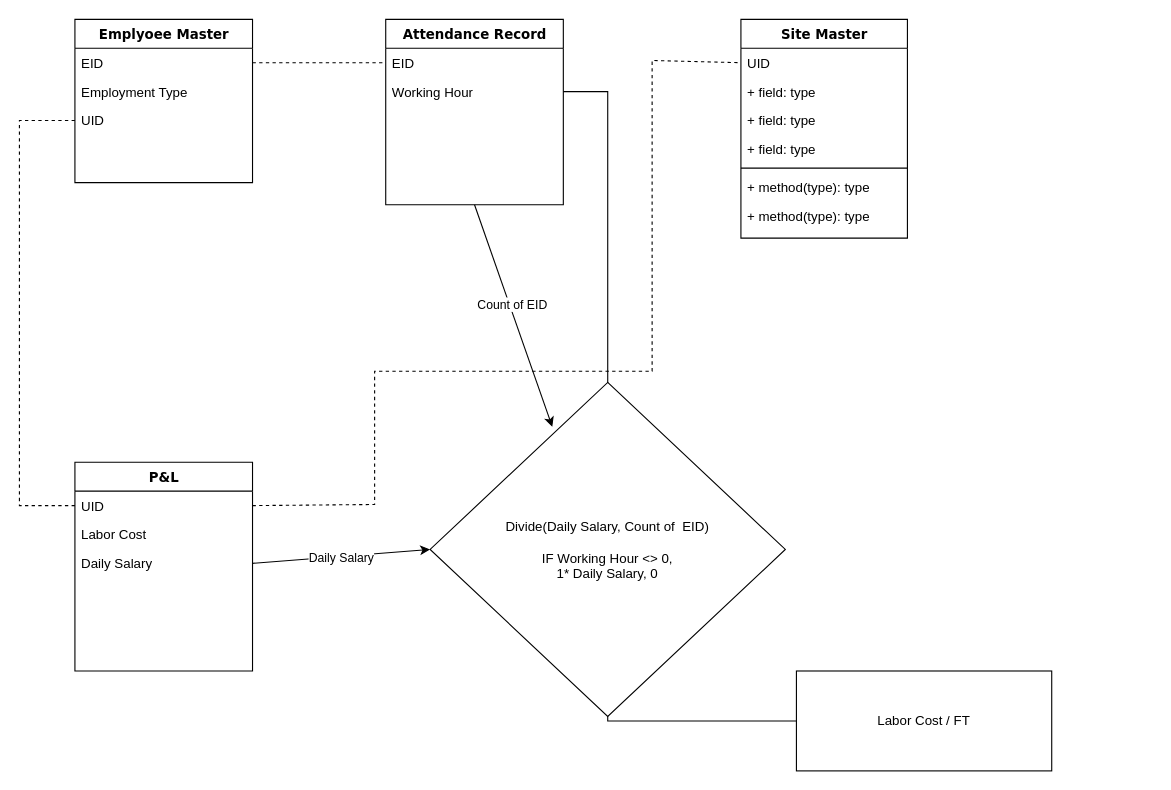
This is Untitled Diagram.drawio from lolanto-ds/littletoolpg, a draw.io file, before an edit. Source tidied: cells renumbered, new cells numbered last; positions are measured from the earlier drawing's top-left corner, leaving out a move shared by most shapes. Both pictures are drawn from the tidied source at 111%, with x=0, y=0 at pixel (19, 19).
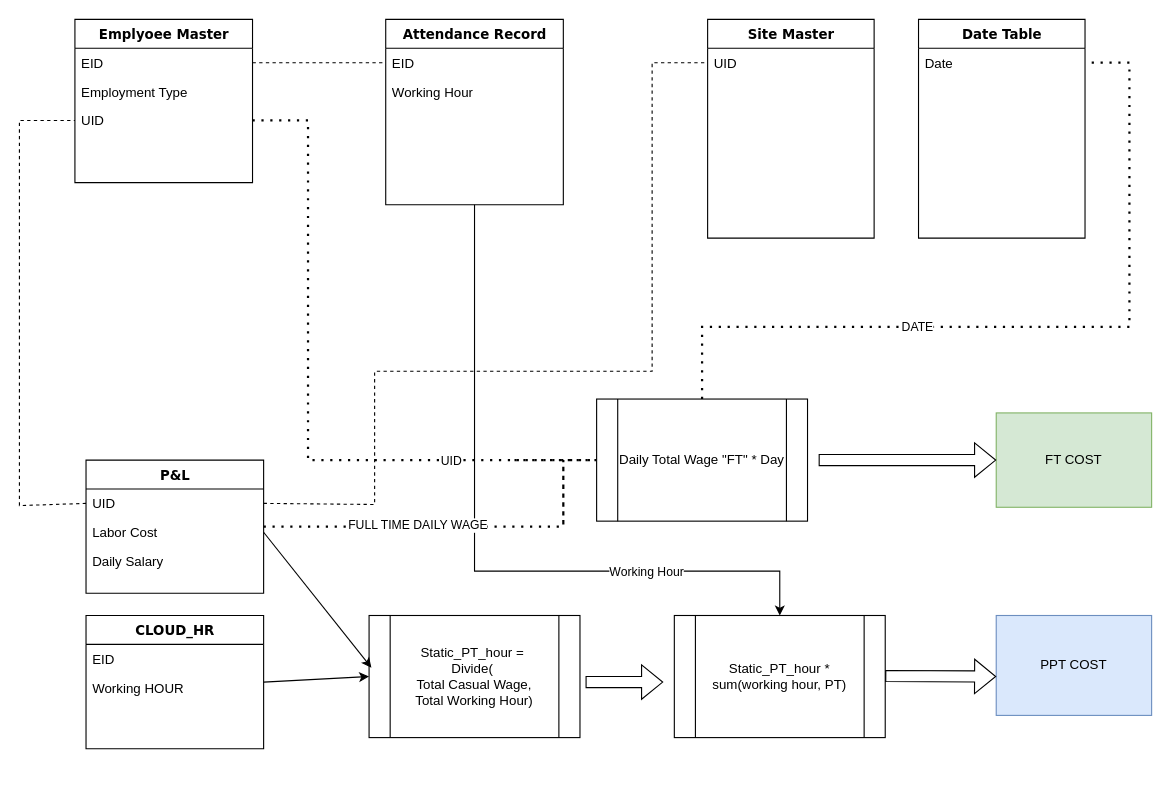
After the change.

Unchanged cells that the change refers to:
```xml
<mxCell id="5" value="UID" style="text;html=1;strokeColor=none;fillColor=none;align=left;verticalAlign=top;spacingLeft=4;spacingRight=4;whiteSpace=wrap;overflow=hidden;points=[[0,0.5],[1,0.5]];portConstraint=eastwest;" parent="2" vertex="1">
  <mxGeometry y="78" width="160" height="26" as="geometry" />
</mxCell>
<mxCell id="6" value="Attendance Record" style="swimlane;html=1;fontStyle=1;align=center;verticalAlign=top;horizontal=1;startSize=26;swimlaneFillColor=#ffffff;rounded=0;shadow=0;comic=0;labelBackgroundColor=none;strokeWidth=1;fillColor=none;fontFamily=Verdana;fontSize=12;" parent="1" vertex="1">
  <mxGeometry x="330" width="160" height="167" as="geometry" />
</mxCell>
<mxCell id="8" value="Working Hour" style="text;html=1;strokeColor=none;fillColor=none;align=left;verticalAlign=top;spacingLeft=4;spacingRight=4;whiteSpace=wrap;overflow=hidden;points=[[0,0.5],[1,0.5]];portConstraint=eastwest;" parent="6" vertex="1">
  <mxGeometry y="52" width="160" height="26" as="geometry" />
</mxCell>
<mxCell id="10" value="UID&lt;div&gt;&lt;br&gt;&lt;/div&gt;" style="text;html=1;strokeColor=none;fillColor=none;align=left;verticalAlign=top;spacingLeft=4;spacingRight=4;whiteSpace=wrap;overflow=hidden;points=[[0,0.5],[1,0.5]];portConstraint=eastwest;" parent="9" vertex="1">
  <mxGeometry y="26" width="150" height="26" as="geometry" />
</mxCell>
<mxCell id="18" value="UID" style="text;html=1;strokeColor=none;fillColor=none;align=left;verticalAlign=top;spacingLeft=4;spacingRight=4;whiteSpace=wrap;overflow=hidden;points=[[0,0.5],[1,0.5]];portConstraint=eastwest;" parent="17" vertex="1">
  <mxGeometry y="26" width="160" height="26" as="geometry" />
</mxCell>
<mxCell id="19" value="Labor Cost" style="text;html=1;strokeColor=none;fillColor=none;align=left;verticalAlign=top;spacingLeft=4;spacingRight=4;whiteSpace=wrap;overflow=hidden;points=[[0,0.5],[1,0.5]];portConstraint=eastwest;" parent="17" vertex="1">
  <mxGeometry y="52" width="160" height="26" as="geometry" />
</mxCell>
<mxCell id="20" value="Daily Salary" style="text;html=1;strokeColor=none;fillColor=none;align=left;verticalAlign=top;spacingLeft=4;spacingRight=4;whiteSpace=wrap;overflow=hidden;points=[[0,0.5],[1,0.5]];portConstraint=eastwest;" parent="17" vertex="1">
  <mxGeometry y="78" width="160" height="26" as="geometry" />
</mxCell>
```

Diff of the diagram source:
```diff
@@
     <mxCell id="9" value="Site Master" style="swimlane;html=1;fontStyle=1;align=center;verticalAlign=top;horizontal=1;startSize=26;swimlaneFillColor=#ffffff;rounded=0;shadow=0;comic=0;labelBackgroundColor=none;strokeWidth=1;fillColor=none;fontFamily=Verdana;fontSize=12;" parent="1" vertex="1">
-      <mxGeometry x="650" width="150" height="197" as="geometry" />
+      <mxGeometry x="620" width="150" height="197" as="geometry" />
     </mxCell>
@@
-    <mxCell id="11" value="+ field: type" style="text;html=1;strokeColor=none;fillColor=none;align=left;verticalAlign=top;spacingLeft=4;spacingRight=4;whiteSpace=wrap;overflow=hidden;" parent="9" vertex="1">
-      <mxGeometry y="52" width="150" height="26" as="geometry" />
-    </mxCell>
-    <mxCell id="12" value="+ field: type" style="text;html=1;strokeColor=none;fillColor=none;align=left;verticalAlign=top;spacingLeft=4;spacingRight=4;whiteSpace=wrap;overflow=hidden;" parent="9" vertex="1">
-      <mxGeometry y="78" width="150" height="26" as="geometry" />
-    </mxCell>
-    <mxCell id="13" value="+ field: type" style="text;html=1;strokeColor=none;fillColor=none;align=left;verticalAlign=top;spacingLeft=4;spacingRight=4;whiteSpace=wrap;overflow=hidden;" parent="9" vertex="1">
-      <mxGeometry y="104" width="150" height="26" as="geometry" />
-    </mxCell>
-    <mxCell id="14" style="line;html=1;strokeWidth=1;fillColor=none;align=left;verticalAlign=middle;spacingTop=-1;spacingLeft=3;spacingRight=3;labelPosition=right;" parent="9" vertex="1">
-      <mxGeometry y="130" width="150" height="8" as="geometry" />
-    </mxCell>
-    <mxCell id="15" value="+ method(type): type" style="text;html=1;strokeColor=none;fillColor=none;align=left;verticalAlign=top;spacingLeft=4;spacingRight=4;whiteSpace=wrap;overflow=hidden;" parent="9" vertex="1">
-      <mxGeometry y="138" width="150" height="26" as="geometry" />
-    </mxCell>
-    <mxCell id="16" value="+ method(type): type" style="text;html=1;strokeColor=none;fillColor=none;align=left;verticalAlign=top;spacingLeft=4;spacingRight=4;whiteSpace=wrap;overflow=hidden;" parent="9" vertex="1">
-      <mxGeometry y="164" width="150" height="26" as="geometry" />
-    </mxCell>
     <mxCell id="17" value="P&amp;amp;L" style="swimlane;html=1;fontStyle=1;align=center;verticalAlign=top;horizontal=1;startSize=26;swimlaneFillColor=#ffffff;rounded=0;shadow=0;comic=0;labelBackgroundColor=none;strokeWidth=1;fillColor=none;fontFamily=Verdana;fontSize=12;" parent="1" vertex="1">
-      <mxGeometry x="50" y="399" width="160" height="188" as="geometry" />
+      <mxGeometry x="60" y="397" width="160" height="120" as="geometry" />
     </mxCell>
@@
     <mxCell id="21" style="endArrow=none;dashed=1;html=1;rounded=0;exitX=1;exitY=0.5;exitDx=0;exitDy=0;entryX=0;entryY=0.5;entryDx=0;entryDy=0;" parent="1" edge="1" source="18" target="10">
       <mxGeometry relative="1" as="geometry">
         <Array as="points">
           <mxPoint x="320" y="437" />
           <mxPoint x="320" y="317" />
           <mxPoint x="570" y="317" />
-          <mxPoint x="570" y="37" />
+          <mxPoint x="570" y="39" />
         </Array>
       </mxGeometry>
     </mxCell>
@@
-    <mxCell id="24" value="Labor Cost / FT" style="rounded=0;whiteSpace=wrap;html=1;" parent="1" vertex="1">
-      <mxGeometry x="700" y="587" width="230" height="90" as="geometry" />
+    <mxCell id="24" value="PPT COST" style="rounded=0;whiteSpace=wrap;html=1;fillColor=#dae8fc;strokeColor=#6c8ebf;" parent="1" vertex="1">
+      <mxGeometry x="880" y="537" width="140" height="90" as="geometry" />
     </mxCell>
-    <mxCell id="25" style="endArrow=none;html=1;rounded=0;entryX=1;entryY=0.5;entryDx=0;entryDy=0;exitX=0;exitY=0.5;exitDx=0;exitDy=0;" parent="1" edge="1" source="24" target="8">
-      <mxGeometry relative="1" as="geometry">
-        <Array as="points">
-          <mxPoint x="530" y="632" />
-          <mxPoint x="530" y="65" />
-        </Array>
-      </mxGeometry>
-    </mxCell>
-    <mxCell id="26" value="&lt;div&gt;Divide(Daily Salary, Count of&amp;nbsp; EID)&lt;/div&gt;&lt;div&gt;&lt;br&gt;&lt;/div&gt;IF Working Hour &amp;lt;&amp;gt; 0,&lt;div&gt;1* Daily Salary, 0&lt;/div&gt;" style="rhombus;whiteSpace=wrap;html=1;" parent="1" vertex="1">
-      <mxGeometry x="370" y="327" width="320" height="301" as="geometry" />
-    </mxCell>
-    <mxCell id="27" style="endArrow=classic;html=1;rounded=0;exitX=0.5;exitY=1;exitDx=0;exitDy=0;entryX=0.344;entryY=0.133;entryDx=0;entryDy=0;entryPerimeter=0;" parent="1" edge="1" source="6" target="26">
-      <mxGeometry relative="1" as="geometry" />
+    <mxCell id="27" style="endArrow=classic;html=1;rounded=0;exitX=0.5;exitY=1;exitDx=0;exitDy=0;entryX=0.5;entryY=0;entryDx=0;entryDy=0;" parent="1" edge="1" source="6" target="50">
+      <mxGeometry relative="1" as="geometry">
+        <Array as="points">
+          <mxPoint x="410" y="497" />
+          <mxPoint x="685" y="497" />
+        </Array>
+      </mxGeometry>
     </mxCell>
-    <mxCell id="28" value="Count of EID" style="edgeLabel;html=1;align=center;verticalAlign=middle;" parent="27" vertex="1">
-      <mxGeometry x="-0.09" y="2" relative="1" as="geometry" />
-    </mxCell>
-    <mxCell id="29" style="endArrow=classic;html=1;rounded=0;exitX=1;exitY=0.5;exitDx=0;exitDy=0;entryX=0;entryY=0.5;entryDx=0;entryDy=0;" parent="1" edge="1" source="20" target="26">
-      <mxGeometry relative="1" as="geometry" />
-    </mxCell>
-    <mxCell id="30" value="Daily Salary" style="edgeLabel;html=1;align=center;verticalAlign=middle;" parent="29" vertex="1">
-      <mxGeometry y="-1" relative="1" as="geometry" />
-    </mxCell>
+    <mxCell id="31" value="Working Hour" style="edgeLabel;html=1;align=center;verticalAlign=middle;" parent="27" vertex="1">
+      <mxGeometry x="0.5" relative="1" as="geometry" />
+    </mxCell>
+    <mxCell id="32" value="Date Table" style="swimlane;html=1;fontStyle=1;align=center;verticalAlign=top;horizontal=1;startSize=26;swimlaneFillColor=#ffffff;rounded=0;shadow=0;comic=0;labelBackgroundColor=none;strokeWidth=1;fillColor=none;fontFamily=Verdana;fontSize=12;" parent="1" vertex="1">
+      <mxGeometry x="810" width="150" height="197" as="geometry" />
+    </mxCell>
+    <mxCell id="33" value="&lt;div&gt;Date&lt;/div&gt;" style="text;html=1;strokeColor=none;fillColor=none;align=left;verticalAlign=top;spacingLeft=4;spacingRight=4;whiteSpace=wrap;overflow=hidden;points=[[0,0.5],[1,0.5]];portConstraint=eastwest;" parent="32" vertex="1">
+      <mxGeometry y="26" width="150" height="26" as="geometry" />
+    </mxCell>
+    <mxCell id="34" value="FT COST" style="rounded=0;whiteSpace=wrap;html=1;fillColor=#d5e8d4;strokeColor=#82b366;" parent="1" vertex="1">
+      <mxGeometry x="880" y="354.5" width="140" height="85" as="geometry" />
+    </mxCell>
+    <mxCell id="35" value="CLOUD_HR" style="swimlane;html=1;fontStyle=1;align=center;verticalAlign=top;horizontal=1;startSize=26;swimlaneFillColor=#ffffff;rounded=0;shadow=0;comic=0;labelBackgroundColor=none;strokeWidth=1;fillColor=none;fontFamily=Verdana;fontSize=12;" parent="1" vertex="1">
+      <mxGeometry x="60" y="537" width="160" height="120" as="geometry" />
+    </mxCell>
+    <mxCell id="36" value="EID" style="text;html=1;strokeColor=none;fillColor=none;align=left;verticalAlign=top;spacingLeft=4;spacingRight=4;whiteSpace=wrap;overflow=hidden;" parent="35" vertex="1">
+      <mxGeometry y="26" width="160" height="26" as="geometry" />
+    </mxCell>
+    <mxCell id="37" value="Working HOUR" style="text;html=1;strokeColor=none;fillColor=none;align=left;verticalAlign=top;spacingLeft=4;spacingRight=4;whiteSpace=wrap;overflow=hidden;" parent="35" vertex="1">
+      <mxGeometry y="52" width="160" height="26" as="geometry" />
+    </mxCell>
+    <mxCell id="38" style="endArrow=none;dashed=1;html=1;dashPattern=1 3;strokeWidth=2;rounded=0;exitX=1;exitY=0.5;exitDx=0;exitDy=0;entryX=0;entryY=0.5;entryDx=0;entryDy=0;" parent="1" edge="1" source="5" target="43">
+      <mxGeometry relative="1" as="geometry">
+        <Array as="points">
+          <mxPoint x="260" y="91" />
+          <mxPoint x="260" y="397" />
+        </Array>
+      </mxGeometry>
+    </mxCell>
+    <mxCell id="39" value="UID" style="edgeLabel;html=1;align=center;verticalAlign=middle;" parent="38" vertex="1">
+      <mxGeometry x="0.57" relative="1" as="geometry" />
+    </mxCell>
+    <mxCell id="40" style="endArrow=none;dashed=1;html=1;dashPattern=1 3;strokeWidth=2;rounded=0;exitX=0;exitY=0.5;exitDx=0;exitDy=0;" parent="1" edge="1" source="43">
+      <mxGeometry relative="1" as="geometry">
+        <mxPoint x="440" y="397" as="targetPoint" />
+      </mxGeometry>
+    </mxCell>
+    <mxCell id="41" style="endArrow=none;dashed=1;html=1;dashPattern=1 3;strokeWidth=2;rounded=0;exitX=1;exitY=0.5;exitDx=0;exitDy=0;" parent="1" edge="1" source="17">
+      <mxGeometry relative="1" as="geometry">
+        <mxPoint x="490" y="457" as="targetPoint" />
+        <Array as="points">
+          <mxPoint x="490" y="457" />
+          <mxPoint x="490" y="397" />
+        </Array>
+      </mxGeometry>
+    </mxCell>
+    <mxCell id="42" value="FULL TIME DAILY WAGE" style="edgeLabel;html=1;align=center;verticalAlign=middle;" parent="41" vertex="1">
+      <mxGeometry x="-0.29" y="2" relative="1" as="geometry" />
+    </mxCell>
+    <mxCell id="43" value="Daily Total Wage &quot;FT&quot; * Day" style="shape=process;whiteSpace=wrap;html=1;backgroundOutline=1;" parent="1" vertex="1">
+      <mxGeometry x="520" y="342" width="190" height="110" as="geometry" />
+    </mxCell>
+    <mxCell id="44" style="endArrow=none;dashed=1;html=1;dashPattern=1 3;strokeWidth=2;rounded=0;entryX=1;entryY=0.5;entryDx=0;entryDy=0;exitX=0.5;exitY=0;exitDx=0;exitDy=0;" parent="1" edge="1" source="43" target="33">
+      <mxGeometry relative="1" as="geometry">
+        <Array as="points">
+          <mxPoint x="615" y="277" />
+          <mxPoint x="1000" y="277" />
+          <mxPoint x="1000" y="39" />
+        </Array>
+      </mxGeometry>
+    </mxCell>
+    <mxCell id="45" value="DATE" style="edgeLabel;html=1;align=center;verticalAlign=middle;" parent="44" vertex="1">
+      <mxGeometry x="-0.29" y="1" relative="1" as="geometry" />
+    </mxCell>
+    <mxCell id="46" value="Static_PT_hour =&amp;nbsp;&lt;div&gt;Divide(&amp;nbsp;&lt;div&gt;Total Casual Wage,&lt;/div&gt;&lt;div&gt;Total Working Hour)&lt;/div&gt;&lt;/div&gt;" style="shape=process;whiteSpace=wrap;html=1;backgroundOutline=1;" parent="1" vertex="1">
+      <mxGeometry x="315" y="537" width="190" height="110" as="geometry" />
+    </mxCell>
+    <mxCell id="47" style="endArrow=classic;html=1;rounded=0;entryX=0;entryY=0.5;entryDx=0;entryDy=0;" parent="1" edge="1" target="46">
+      <mxGeometry relative="1" as="geometry">
+        <mxPoint x="220" y="597" as="sourcePoint" />
+      </mxGeometry>
+    </mxCell>
+    <mxCell id="48" style="endArrow=classic;html=1;rounded=0;entryX=0.011;entryY=0.427;entryDx=0;entryDy=0;entryPerimeter=0;exitX=1;exitY=0.5;exitDx=0;exitDy=0;" parent="1" edge="1" source="19" target="46">
+      <mxGeometry relative="1" as="geometry" />
+    </mxCell>
+    <mxCell id="49" style="shape=flexArrow;endArrow=classic;html=1;rounded=0;" parent="1" edge="1">
+      <mxGeometry relative="1" as="geometry">
+        <mxPoint x="510" y="597" as="sourcePoint" />
+        <mxPoint x="580" y="597" as="targetPoint" />
+      </mxGeometry>
+    </mxCell>
+    <mxCell id="50" value="Static_PT_hour * sum(working hour, PT)" style="shape=process;whiteSpace=wrap;html=1;backgroundOutline=1;" parent="1" vertex="1">
+      <mxGeometry x="590" y="537" width="190" height="110" as="geometry" />
+    </mxCell>
+    <mxCell id="51" style="shape=flexArrow;endArrow=classic;html=1;rounded=0;entryX=0;entryY=0.5;entryDx=0;entryDy=0;" parent="1" edge="1" target="34">
+      <mxGeometry relative="1" as="geometry">
+        <mxPoint x="720" y="397" as="sourcePoint" />
+      </mxGeometry>
+    </mxCell>
+    <mxCell id="52" style="shape=flexArrow;endArrow=classic;html=1;rounded=0;" parent="1" edge="1">
+      <mxGeometry relative="1" as="geometry">
+        <mxPoint x="780" y="591.5" as="sourcePoint" />
+        <mxPoint x="880" y="592" as="targetPoint" />
+      </mxGeometry>
+    </mxCell>
```
